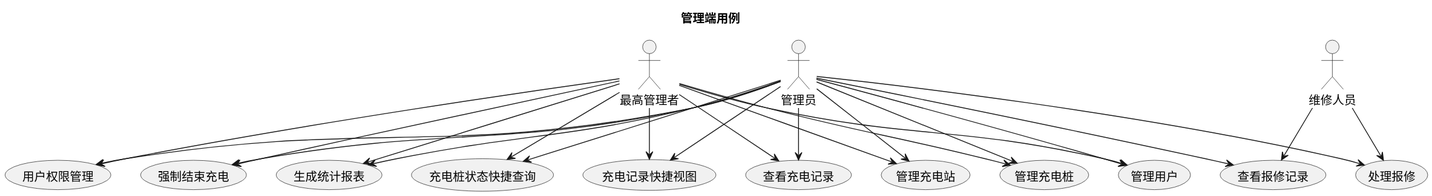
Earlier version of the PlantUML export usecase/docs/overview/img/admin_usecases.svg (greenhandzdl/charging-station-doc).
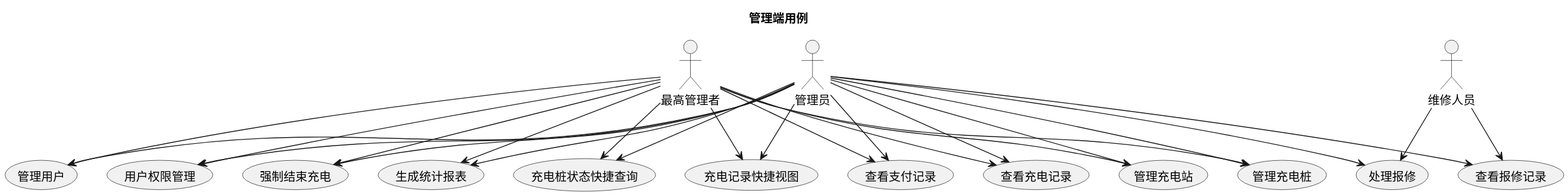
After the change.

The edit, as a diff of the source:
```diff
@@ -18,6 +18,7 @@
 usecase "生成统计报表" as GS
 usecase "充电桩状态快捷查询" as QC
 usecase "充电记录快捷视图" as QV
+usecase "查看支付记录" as VPR
 usecase "查看充电记录" as VCR
 
 A --> MS
@@ -27,6 +28,7 @@
 A --> HR
 A --> VR
 A --> FSC
+A --> VPR
 A --> GS
 A --> QC
 A --> QV
@@ -35,6 +37,7 @@
 SA --> MC
 SA --> PM
 SA --> MU
+SA --> VPR
 SA --> GS
 SA --> FSC
 SA --> QC
```
